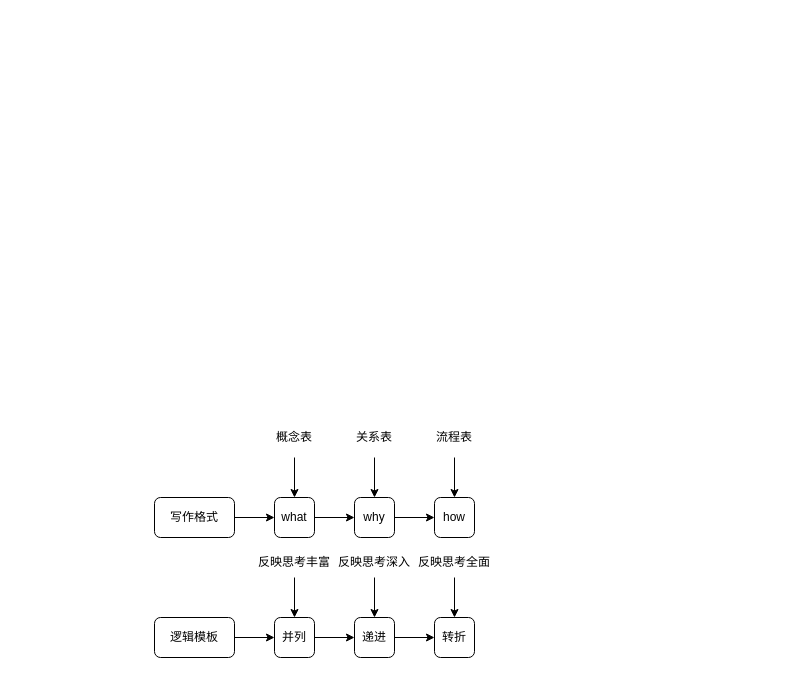
This is 写作课.drawio from yanhanfrontend/draw.io.workspace, a draw.io file, before an edit. Source tidied: cells renumbered, new cells numbered last; positions are measured from the earlier drawing's top-left corner, leaving out a move shared by most shapes. Both pictures are drawn from the tidied source at 100%, with x=0, y=0 at pixel (154, 417).
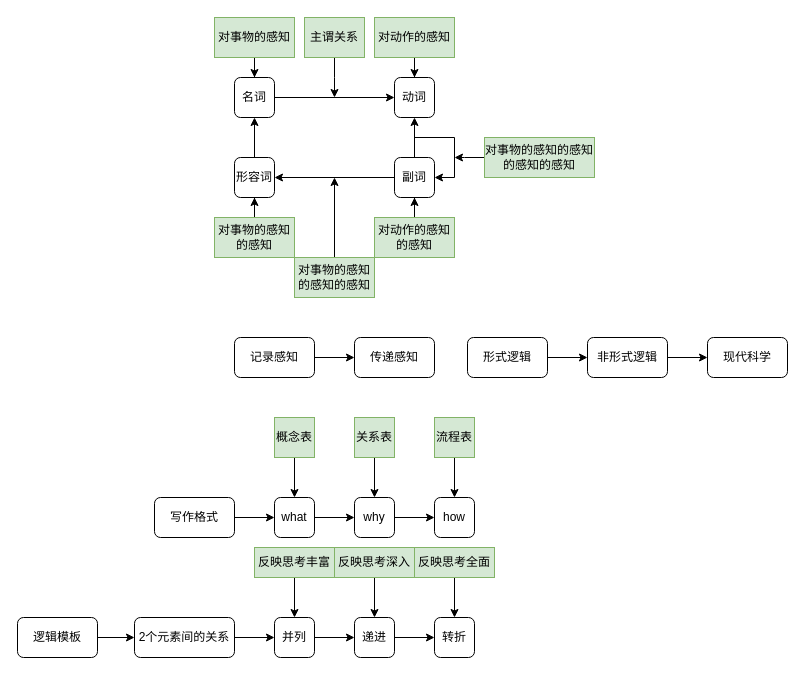
Above is the later version.

Commit message (it also covers changes not shown here):
更新写作课.drawio

Unchanged cells that the change refers to:
```xml
<mxCell id="3" value="并列" style="rounded=1;whiteSpace=wrap;html=1;" parent="1" vertex="1">
  <mxGeometry x="120" y="200" width="40" height="40" as="geometry" />
</mxCell>
```

The edit, as a diff of the source:
```diff
@@
-    <mxCell id="8" value="反映思考丰富" style="text;html=1;align=center;verticalAlign=middle;whiteSpace=wrap;rounded=0;" parent="1" vertex="1">
+    <mxCell id="8" value="反映思考丰富" style="text;html=1;align=center;verticalAlign=middle;whiteSpace=wrap;rounded=0;fillColor=#d5e8d4;strokeColor=#82b366;" parent="1" vertex="1">
       <mxGeometry x="100" y="130" width="80" height="30" as="geometry" />
     </mxCell>
@@
-    <mxCell id="10" value="反映思考深入" style="text;html=1;align=center;verticalAlign=middle;whiteSpace=wrap;rounded=0;" parent="1" vertex="1">
+    <mxCell id="10" value="反映思考深入" style="text;html=1;align=center;verticalAlign=middle;whiteSpace=wrap;rounded=0;fillColor=#d5e8d4;strokeColor=#82b366;" parent="1" vertex="1">
       <mxGeometry x="180" y="130" width="80" height="30" as="geometry" />
     </mxCell>
@@
-    <mxCell id="12" value="反映思考全面" style="text;html=1;align=center;verticalAlign=middle;whiteSpace=wrap;rounded=0;" parent="1" vertex="1">
+    <mxCell id="12" value="反映思考全面" style="text;html=1;align=center;verticalAlign=middle;whiteSpace=wrap;rounded=0;fillColor=#d5e8d4;strokeColor=#82b366;" parent="1" vertex="1">
       <mxGeometry x="260" y="130" width="80" height="30" as="geometry" />
     </mxCell>
@@
-    <mxCell id="20" style="edgeStyle=orthogonalEdgeStyle;rounded=0;jettySize=auto;html=1;" parent="1" edge="1" source="21" target="3">
-      <mxGeometry relative="1" as="geometry" />
-    </mxCell>
+    <mxCell id="28" style="edgeStyle=orthogonalEdgeStyle;rounded=0;jettySize=auto;html=1;" parent="1" edge="1" source="21" target="61">
+      <mxGeometry relative="1" as="geometry" />
+    </mxCell>
     <mxCell id="21" value="逻辑模板" style="rounded=1;whiteSpace=wrap;html=1;" parent="1" vertex="1">
-      <mxGeometry y="200" width="80" height="40" as="geometry" />
+      <mxGeometry x="-137" y="200" width="80" height="40" as="geometry" />
     </mxCell>
@@
-    <mxCell id="23" value="概念表" style="text;html=1;align=center;verticalAlign=middle;whiteSpace=wrap;rounded=0;" parent="1" vertex="1">
+    <mxCell id="23" value="概念表" style="text;html=1;align=center;verticalAlign=middle;whiteSpace=wrap;rounded=0;fillColor=#d5e8d4;strokeColor=#82b366;" parent="1" vertex="1">
       <mxGeometry x="120" width="40" height="40" as="geometry" />
     </mxCell>
@@
-    <mxCell id="25" value="关系表" style="text;html=1;align=center;verticalAlign=middle;whiteSpace=wrap;rounded=0;" parent="1" vertex="1">
+    <mxCell id="25" value="关系表" style="text;html=1;align=center;verticalAlign=middle;whiteSpace=wrap;rounded=0;fillColor=#d5e8d4;strokeColor=#82b366;" parent="1" vertex="1">
       <mxGeometry x="200" width="40" height="40" as="geometry" />
     </mxCell>
@@
-    <mxCell id="27" value="流程表" style="text;html=1;align=center;verticalAlign=middle;whiteSpace=wrap;rounded=0;" parent="1" vertex="1">
+    <mxCell id="27" value="流程表" style="text;html=1;align=center;verticalAlign=middle;whiteSpace=wrap;rounded=0;fillColor=#d5e8d4;strokeColor=#82b366;" parent="1" vertex="1">
       <mxGeometry x="280" width="40" height="40" as="geometry" />
     </mxCell>
+    <mxCell id="29" style="edgeStyle=orthogonalEdgeStyle;rounded=0;jettySize=auto;html=1;" parent="1" edge="1" source="30" target="33">
+      <mxGeometry relative="1" as="geometry" />
+    </mxCell>
+    <mxCell id="30" value="名词" style="rounded=1;whiteSpace=wrap;html=1;" parent="1" vertex="1">
+      <mxGeometry x="80" y="-340" width="40" height="40" as="geometry" />
+    </mxCell>
+    <mxCell id="31" style="edgeStyle=orthogonalEdgeStyle;rounded=0;jettySize=auto;html=1;" parent="1" edge="1" source="32" target="30">
+      <mxGeometry relative="1" as="geometry" />
+    </mxCell>
+    <mxCell id="32" value="形容词" style="rounded=1;whiteSpace=wrap;html=1;" parent="1" vertex="1">
+      <mxGeometry x="80" y="-260" width="40" height="40" as="geometry" />
+    </mxCell>
+    <mxCell id="33" value="动词" style="rounded=1;whiteSpace=wrap;html=1;" parent="1" vertex="1">
+      <mxGeometry x="240" y="-340" width="40" height="40" as="geometry" />
+    </mxCell>
+    <mxCell id="34" style="edgeStyle=orthogonalEdgeStyle;rounded=0;jettySize=auto;html=1;" parent="1" edge="1" source="36" target="33">
+      <mxGeometry relative="1" as="geometry" />
+    </mxCell>
+    <mxCell id="35" style="edgeStyle=orthogonalEdgeStyle;rounded=0;jettySize=auto;html=1;" parent="1" edge="1" source="36" target="32">
+      <mxGeometry relative="1" as="geometry" />
+    </mxCell>
+    <mxCell id="36" value="副词" style="rounded=1;whiteSpace=wrap;html=1;" parent="1" vertex="1">
+      <mxGeometry x="240" y="-260" width="40" height="40" as="geometry" />
+    </mxCell>
+    <mxCell id="37" style="edgeStyle=orthogonalEdgeStyle;rounded=0;orthogonalLoop=1;jettySize=auto;html=1;exitX=0.5;exitY=0;exitDx=0;exitDy=0;entryX=1;entryY=0.5;entryDx=0;entryDy=0;" parent="1" edge="1" source="36" target="36">
+      <mxGeometry relative="1" as="geometry">
+        <Array as="points">
+          <mxPoint x="260" y="-280" />
+          <mxPoint x="300" y="-280" />
+          <mxPoint x="300" y="-240" />
+        </Array>
+      </mxGeometry>
+    </mxCell>
+    <mxCell id="38" style="edgeStyle=orthogonalEdgeStyle;rounded=0;jettySize=auto;html=1;exitX=0.5;exitY=1;exitDx=0;exitDy=0;" parent="1" edge="1" source="39">
+      <mxGeometry relative="1" as="geometry">
+        <mxPoint x="180" y="-320" as="targetPoint" />
+      </mxGeometry>
+    </mxCell>
+    <mxCell id="39" value="主谓关系" style="text;html=1;align=center;verticalAlign=middle;whiteSpace=wrap;rounded=0;fillColor=#d5e8d4;strokeColor=#82b366;" parent="1" vertex="1">
+      <mxGeometry x="150" y="-400" width="60" height="40" as="geometry" />
+    </mxCell>
+    <mxCell id="40" style="edgeStyle=orthogonalEdgeStyle;rounded=0;jettySize=auto;html=1;entryX=0.5;entryY=0;entryDx=0;entryDy=0;" parent="1" edge="1" source="41" target="30">
+      <mxGeometry relative="1" as="geometry" />
+    </mxCell>
+    <mxCell id="41" value="对事物的感知" style="text;html=1;align=center;verticalAlign=middle;whiteSpace=wrap;rounded=0;fillColor=#d5e8d4;strokeColor=#82b366;" parent="1" vertex="1">
+      <mxGeometry x="60" y="-400" width="80" height="40" as="geometry" />
+    </mxCell>
+    <mxCell id="42" style="edgeStyle=orthogonalEdgeStyle;rounded=0;jettySize=auto;html=1;" parent="1" edge="1" source="43" target="33">
+      <mxGeometry relative="1" as="geometry" />
+    </mxCell>
+    <mxCell id="43" value="对动作的感知" style="text;html=1;align=center;verticalAlign=middle;whiteSpace=wrap;rounded=0;fillColor=#d5e8d4;strokeColor=#82b366;" parent="1" vertex="1">
+      <mxGeometry x="220" y="-400" width="80" height="40" as="geometry" />
+    </mxCell>
+    <mxCell id="44" style="edgeStyle=orthogonalEdgeStyle;rounded=0;jettySize=auto;html=1;" parent="1" edge="1" source="45" target="32">
+      <mxGeometry relative="1" as="geometry" />
+    </mxCell>
+    <mxCell id="45" value="对事物的感知的感知" style="text;html=1;align=center;verticalAlign=middle;whiteSpace=wrap;rounded=0;fillColor=#d5e8d4;strokeColor=#82b366;" parent="1" vertex="1">
+      <mxGeometry x="60" y="-200" width="80" height="40" as="geometry" />
+    </mxCell>
+    <mxCell id="46" style="edgeStyle=orthogonalEdgeStyle;rounded=0;jettySize=auto;html=1;" parent="1" edge="1" source="47" target="36">
+      <mxGeometry relative="1" as="geometry" />
+    </mxCell>
+    <mxCell id="47" value="对动作的感知的感知" style="text;html=1;align=center;verticalAlign=middle;whiteSpace=wrap;rounded=0;fillColor=#d5e8d4;strokeColor=#82b366;" parent="1" vertex="1">
+      <mxGeometry x="220" y="-200" width="80" height="40" as="geometry" />
+    </mxCell>
+    <mxCell id="48" style="edgeStyle=orthogonalEdgeStyle;rounded=0;jettySize=auto;html=1;" parent="1" edge="1" source="49" target="50">
+      <mxGeometry relative="1" as="geometry" />
+    </mxCell>
+    <mxCell id="49" value="记录感知" style="rounded=1;whiteSpace=wrap;html=1;" parent="1" vertex="1">
+      <mxGeometry x="80" y="-80" width="80" height="40" as="geometry" />
+    </mxCell>
+    <mxCell id="50" value="传递感知" style="rounded=1;whiteSpace=wrap;html=1;" parent="1" vertex="1">
+      <mxGeometry x="200" y="-80" width="80" height="40" as="geometry" />
+    </mxCell>
+    <mxCell id="51" style="edgeStyle=orthogonalEdgeStyle;rounded=0;jettySize=auto;html=1;" parent="1" edge="1" source="52" target="54">
+      <mxGeometry relative="1" as="geometry" />
+    </mxCell>
+    <mxCell id="52" value="形式逻辑" style="rounded=1;whiteSpace=wrap;html=1;" parent="1" vertex="1">
+      <mxGeometry x="313" y="-80" width="80" height="40" as="geometry" />
+    </mxCell>
+    <mxCell id="53" style="edgeStyle=orthogonalEdgeStyle;rounded=0;jettySize=auto;html=1;" parent="1" edge="1" source="54" target="55">
+      <mxGeometry relative="1" as="geometry" />
+    </mxCell>
+    <mxCell id="54" value="非形式逻辑" style="rounded=1;whiteSpace=wrap;html=1;" parent="1" vertex="1">
+      <mxGeometry x="433" y="-80" width="80" height="40" as="geometry" />
+    </mxCell>
+    <mxCell id="55" value="现代科学" style="rounded=1;whiteSpace=wrap;html=1;" parent="1" vertex="1">
+      <mxGeometry x="553" y="-80" width="80" height="40" as="geometry" />
+    </mxCell>
+    <mxCell id="56" style="edgeStyle=orthogonalEdgeStyle;rounded=0;jettySize=auto;html=1;exitX=0.5;exitY=0;exitDx=0;exitDy=0;" parent="1" edge="1" source="57">
+      <mxGeometry relative="1" as="geometry">
+        <mxPoint x="180" y="-240" as="targetPoint" />
+      </mxGeometry>
+    </mxCell>
+    <mxCell id="57" value="对事物的感知的感知的感知" style="text;html=1;align=center;verticalAlign=middle;whiteSpace=wrap;rounded=0;fillColor=#d5e8d4;strokeColor=#82b366;" parent="1" vertex="1">
+      <mxGeometry x="140" y="-160" width="80" height="40" as="geometry" />
+    </mxCell>
+    <mxCell id="58" style="edgeStyle=orthogonalEdgeStyle;rounded=0;jettySize=auto;html=1;" parent="1" edge="1" source="59">
+      <mxGeometry relative="1" as="geometry">
+        <mxPoint x="300" y="-260" as="targetPoint" />
+      </mxGeometry>
+    </mxCell>
+    <mxCell id="59" value="对事物的感知的感知的感知的感知" style="text;html=1;align=center;verticalAlign=middle;whiteSpace=wrap;rounded=0;fillColor=#d5e8d4;strokeColor=#82b366;" parent="1" vertex="1">
+      <mxGeometry x="330" y="-280" width="110" height="40" as="geometry" />
+    </mxCell>
+    <mxCell id="60" style="edgeStyle=orthogonalEdgeStyle;rounded=0;jettySize=auto;html=1;" parent="1" edge="1" source="61" target="3">
+      <mxGeometry relative="1" as="geometry" />
+    </mxCell>
+    <mxCell id="61" value="2个元素间的关系" style="rounded=1;whiteSpace=wrap;html=1;" parent="1" vertex="1">
+      <mxGeometry x="-20" y="200" width="100" height="40" as="geometry" />
+    </mxCell>
```
